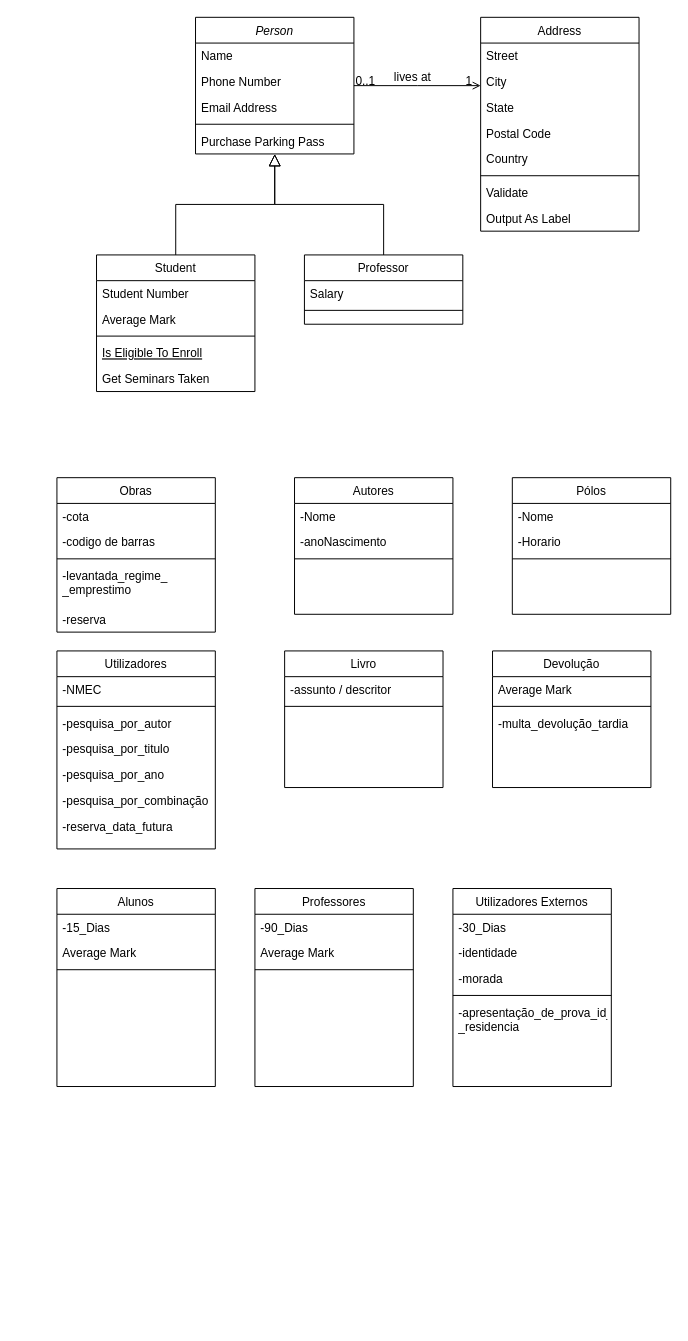
This is page "3.2" (1 of 2) of P/P3/P3.drawio from DavidAraujo98/AS, a draw.io file, before an edit. Source tidied: cells renumbered, new cells numbered last; positions are measured from the earlier drawing's top-left corner, leaving out a move shared by most shapes. Both pictures are drawn from the tidied source at 99%, with x=0, y=0 at pixel (56, 17).
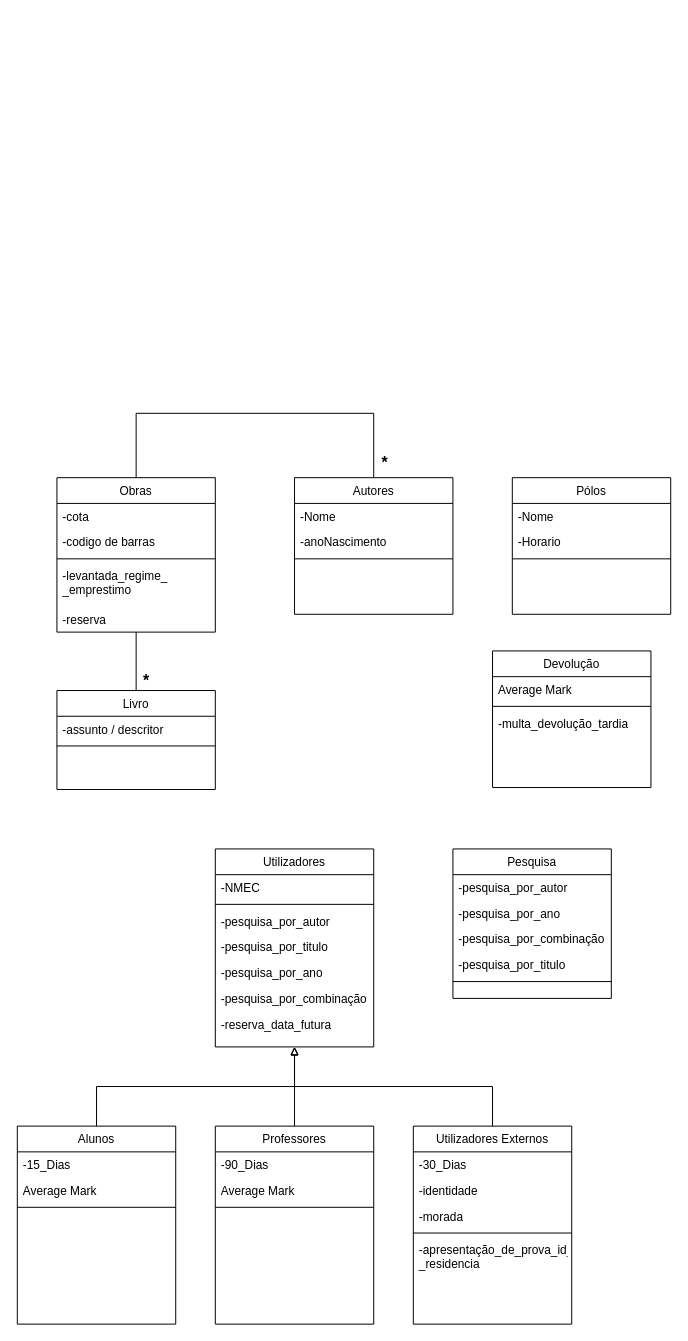
After the change.

Unchanged cells that the change refers to:
```xml
<mxCell id="32" value="Obras" style="swimlane;fontStyle=0;align=center;verticalAlign=top;horizontal=1;startSize=26;rounded=0;shadow=0;strokeWidth=1;" parent="1" vertex="1">
  <mxGeometry y="465" width="160" height="156" as="geometry" />
</mxCell>
<mxCell id="38" value="Autores" style="swimlane;fontStyle=0;align=center;verticalAlign=top;horizontal=1;startSize=26;rounded=0;shadow=0;strokeWidth=1;" parent="1" vertex="1">
  <mxGeometry x="240" y="465" width="160" height="138" as="geometry" />
</mxCell>
```

The edit, as a diff of the source:
```diff
@@
-    <mxCell id="2" value="Person" style="swimlane;fontStyle=2;align=center;verticalAlign=top;horizontal=1;startSize=26;rounded=0;shadow=0;strokeWidth=1;" parent="1" vertex="1">
-      <mxGeometry x="140" width="160" height="138" as="geometry" />
-    </mxCell>
-    <mxCell id="3" value="Name" style="text;align=left;verticalAlign=top;spacingLeft=4;spacingRight=4;overflow=hidden;" parent="2" vertex="1">
-      <mxGeometry y="26" width="160" height="26" as="geometry" />
-    </mxCell>
-    <mxCell id="4" value="Phone Number" style="text;align=left;verticalAlign=top;spacingLeft=4;spacingRight=4;overflow=hidden;rounded=0;shadow=0;html=0;" parent="2" vertex="1">
-      <mxGeometry y="52" width="160" height="26" as="geometry" />
-    </mxCell>
-    <mxCell id="5" value="Email Address" style="text;align=left;verticalAlign=top;spacingLeft=4;spacingRight=4;overflow=hidden;rounded=0;shadow=0;html=0;" parent="2" vertex="1">
-      <mxGeometry y="78" width="160" height="26" as="geometry" />
-    </mxCell>
-    <mxCell id="6" style="line;html=1;strokeWidth=1;align=left;verticalAlign=middle;spacingTop=-1;spacingLeft=3;spacingRight=3;labelPosition=right;" parent="2" vertex="1">
-      <mxGeometry y="104" width="160" height="8" as="geometry" />
-    </mxCell>
-    <mxCell id="7" value="Purchase Parking Pass" style="text;align=left;verticalAlign=top;spacingLeft=4;spacingRight=4;overflow=hidden;" parent="2" vertex="1">
-      <mxGeometry y="112" width="160" height="26" as="geometry" />
-    </mxCell>
-    <mxCell id="8" value="Student" style="swimlane;fontStyle=0;align=center;verticalAlign=top;horizontal=1;startSize=26;rounded=0;shadow=0;strokeWidth=1;" parent="1" vertex="1">
-      <mxGeometry x="40" y="240" width="160" height="138" as="geometry" />
-    </mxCell>
-    <mxCell id="9" value="Student Number" style="text;align=left;verticalAlign=top;spacingLeft=4;spacingRight=4;overflow=hidden;" parent="8" vertex="1">
-      <mxGeometry y="26" width="160" height="26" as="geometry" />
-    </mxCell>
-    <mxCell id="10" value="Average Mark" style="text;align=left;verticalAlign=top;spacingLeft=4;spacingRight=4;overflow=hidden;rounded=0;shadow=0;html=0;" parent="8" vertex="1">
-      <mxGeometry y="52" width="160" height="26" as="geometry" />
-    </mxCell>
-    <mxCell id="11" style="line;html=1;strokeWidth=1;align=left;verticalAlign=middle;spacingTop=-1;spacingLeft=3;spacingRight=3;labelPosition=right;" parent="8" vertex="1">
-      <mxGeometry y="78" width="160" height="8" as="geometry" />
-    </mxCell>
-    <mxCell id="12" value="Is Eligible To Enroll" style="text;align=left;verticalAlign=top;spacingLeft=4;spacingRight=4;overflow=hidden;fontStyle=4;" parent="8" vertex="1">
-      <mxGeometry y="86" width="160" height="26" as="geometry" />
-    </mxCell>
-    <mxCell id="13" value="Get Seminars Taken" style="text;align=left;verticalAlign=top;spacingLeft=4;spacingRight=4;overflow=hidden;" parent="8" vertex="1">
-      <mxGeometry y="112" width="160" height="26" as="geometry" />
-    </mxCell>
-    <mxCell id="14" style="endArrow=block;endSize=10;endFill=0;shadow=0;strokeWidth=1;rounded=0;edgeStyle=elbowEdgeStyle;elbow=vertical;" parent="1" edge="1" source="8" target="2">
-      <mxGeometry relative="1" as="geometry" />
-    </mxCell>
-    <mxCell id="15" value="Professor" style="swimlane;fontStyle=0;align=center;verticalAlign=top;horizontal=1;startSize=26;rounded=0;shadow=0;strokeWidth=1;" parent="1" vertex="1">
-      <mxGeometry x="250" y="240" width="160" height="70" as="geometry" />
-    </mxCell>
-    <mxCell id="16" value="Salary" style="text;align=left;verticalAlign=top;spacingLeft=4;spacingRight=4;overflow=hidden;" parent="15" vertex="1">
-      <mxGeometry y="26" width="160" height="26" as="geometry" />
-    </mxCell>
-    <mxCell id="17" style="line;html=1;strokeWidth=1;align=left;verticalAlign=middle;spacingTop=-1;spacingLeft=3;spacingRight=3;labelPosition=right;" parent="15" vertex="1">
-      <mxGeometry y="52" width="160" height="8" as="geometry" />
-    </mxCell>
-    <mxCell id="18" style="endArrow=block;endSize=10;endFill=0;shadow=0;strokeWidth=1;rounded=0;edgeStyle=elbowEdgeStyle;elbow=vertical;" parent="1" edge="1" source="15" target="2">
-      <mxGeometry relative="1" as="geometry" />
-    </mxCell>
-    <mxCell id="19" value="Address" style="swimlane;fontStyle=0;align=center;verticalAlign=top;horizontal=1;startSize=26;rounded=0;shadow=0;strokeWidth=1;" parent="1" vertex="1">
-      <mxGeometry x="428" width="160" height="216" as="geometry" />
-    </mxCell>
-    <mxCell id="20" value="Street" style="text;align=left;verticalAlign=top;spacingLeft=4;spacingRight=4;overflow=hidden;" parent="19" vertex="1">
-      <mxGeometry y="26" width="160" height="26" as="geometry" />
-    </mxCell>
-    <mxCell id="21" value="City" style="text;align=left;verticalAlign=top;spacingLeft=4;spacingRight=4;overflow=hidden;rounded=0;shadow=0;html=0;" parent="19" vertex="1">
-      <mxGeometry y="52" width="160" height="26" as="geometry" />
-    </mxCell>
-    <mxCell id="22" value="State" style="text;align=left;verticalAlign=top;spacingLeft=4;spacingRight=4;overflow=hidden;rounded=0;shadow=0;html=0;" parent="19" vertex="1">
-      <mxGeometry y="78" width="160" height="26" as="geometry" />
-    </mxCell>
-    <mxCell id="23" value="Postal Code" style="text;align=left;verticalAlign=top;spacingLeft=4;spacingRight=4;overflow=hidden;rounded=0;shadow=0;html=0;" parent="19" vertex="1">
-      <mxGeometry y="104" width="160" height="26" as="geometry" />
-    </mxCell>
-    <mxCell id="24" value="Country" style="text;align=left;verticalAlign=top;spacingLeft=4;spacingRight=4;overflow=hidden;rounded=0;shadow=0;html=0;" parent="19" vertex="1">
-      <mxGeometry y="130" width="160" height="26" as="geometry" />
-    </mxCell>
-    <mxCell id="25" style="line;html=1;strokeWidth=1;align=left;verticalAlign=middle;spacingTop=-1;spacingLeft=3;spacingRight=3;labelPosition=right;" parent="19" vertex="1">
-      <mxGeometry y="156" width="160" height="8" as="geometry" />
-    </mxCell>
-    <mxCell id="26" value="Validate" style="text;align=left;verticalAlign=top;spacingLeft=4;spacingRight=4;overflow=hidden;" parent="19" vertex="1">
-      <mxGeometry y="164" width="160" height="26" as="geometry" />
-    </mxCell>
-    <mxCell id="27" value="Output As Label" style="text;align=left;verticalAlign=top;spacingLeft=4;spacingRight=4;overflow=hidden;" parent="19" vertex="1">
-      <mxGeometry y="190" width="160" height="26" as="geometry" />
-    </mxCell>
-    <mxCell id="28" style="endArrow=open;shadow=0;strokeWidth=1;rounded=0;endFill=1;edgeStyle=elbowEdgeStyle;elbow=vertical;" parent="1" edge="1" source="2" target="19">
-      <mxGeometry x="0.5" y="41" relative="1" as="geometry">
-        <mxPoint x="-40" y="32" as="offset" />
-      </mxGeometry>
-    </mxCell>
-    <mxCell id="29" value="0..1" style="align=left;verticalAlign=bottom;labelBackgroundColor=none;fontSize=12;" parent="28" vertex="1">
-      <mxGeometry x="-1" relative="1" as="geometry">
-        <mxPoint y="4" as="offset" />
-      </mxGeometry>
-    </mxCell>
-    <mxCell id="30" value="1" style="align=right;verticalAlign=bottom;labelBackgroundColor=none;fontSize=12;" parent="28" vertex="1">
-      <mxGeometry x="1" relative="1" as="geometry">
-        <mxPoint x="-7" y="4" as="offset" />
-      </mxGeometry>
-    </mxCell>
-    <mxCell id="31" value="lives at" style="text;html=1;align=center;verticalAlign=middle;labelBackgroundColor=none;rounded=0;shadow=0;strokeWidth=1;fontSize=12;" parent="28" vertex="1">
-      <mxGeometry x="0.5" y="49" relative="1" as="geometry">
-        <mxPoint x="-38" y="40" as="offset" />
-      </mxGeometry>
-    </mxCell>
+    <mxCell id="75" style="edgeStyle=none;rounded=0;jettySize=auto;html=1;exitX=0.5;exitY=0;exitDx=0;exitDy=0;entryX=0.5;entryY=0;entryDx=0;entryDy=0;endArrow=none;endFill=0;" parent="1" edge="1" source="32" target="38">
+      <mxGeometry relative="1" as="geometry">
+        <Array as="points">
+          <mxPoint x="80" y="400" />
+          <mxPoint x="320" y="400" />
+        </Array>
+      </mxGeometry>
+    </mxCell>
@@
     <mxCell id="42" value="Utilizadores" style="swimlane;fontStyle=0;align=center;verticalAlign=top;horizontal=1;startSize=26;rounded=0;shadow=0;strokeWidth=1;" parent="1" vertex="1">
-      <mxGeometry y="640" width="160" height="200" as="geometry" />
+      <mxGeometry x="160" y="840" width="160" height="200" as="geometry" />
     </mxCell>
@@
+    <mxCell id="76" style="edgeStyle=none;rounded=0;jettySize=auto;html=1;exitX=0.5;exitY=0;exitDx=0;exitDy=0;fontSize=16;endArrow=none;endFill=0;" parent="1" edge="1" source="50" target="32">
+      <mxGeometry relative="1" as="geometry" />
+    </mxCell>
     <mxCell id="50" value="Livro" style="swimlane;fontStyle=0;align=center;verticalAlign=top;horizontal=1;startSize=26;rounded=0;shadow=0;strokeWidth=1;" parent="1" vertex="1">
-      <mxGeometry x="230" y="640" width="160" height="138" as="geometry" />
+      <mxGeometry y="680" width="160" height="100" as="geometry" />
     </mxCell>
@@
+    <mxCell id="77" style="rounded=0;jettySize=auto;html=1;exitX=0.5;exitY=0;exitDx=0;exitDy=0;endArrow=block;endFill=0;" parent="1" edge="1" source="53">
+      <mxGeometry relative="1" as="geometry">
+        <mxPoint x="240" y="1040" as="targetPoint" />
+        <Array as="points">
+          <mxPoint x="40" y="1080" />
+          <mxPoint x="240" y="1080" />
+        </Array>
+      </mxGeometry>
+    </mxCell>
     <mxCell id="53" value="Alunos" style="swimlane;fontStyle=0;align=center;verticalAlign=top;horizontal=1;startSize=26;rounded=0;shadow=0;strokeWidth=1;" parent="1" vertex="1">
-      <mxGeometry y="880" width="160" height="200" as="geometry" />
+      <mxGeometry x="-40" y="1120" width="160" height="200" as="geometry" />
     </mxCell>
@@
+    <mxCell id="78" style="edgeStyle=elbowEdgeStyle;rounded=0;jettySize=auto;html=1;exitX=0.5;exitY=0;exitDx=0;exitDy=0;entryX=0.5;entryY=1;entryDx=0;entryDy=0;endArrow=block;endFill=0;" parent="1" edge="1" source="57" target="42">
+      <mxGeometry relative="1" as="geometry" />
+    </mxCell>
     <mxCell id="57" value="Professores" style="swimlane;fontStyle=0;align=center;verticalAlign=top;horizontal=1;startSize=26;rounded=0;shadow=0;strokeWidth=1;" parent="1" vertex="1">
-      <mxGeometry x="200" y="880" width="160" height="200" as="geometry" />
+      <mxGeometry x="160" y="1120" width="160" height="200" as="geometry" />
     </mxCell>
@@
+    <mxCell id="79" style="rounded=0;jettySize=auto;html=1;exitX=0.5;exitY=0;exitDx=0;exitDy=0;endArrow=block;endFill=0;" parent="1" edge="1" source="61">
+      <mxGeometry relative="1" as="geometry">
+        <mxPoint x="240" y="1040" as="targetPoint" />
+        <Array as="points">
+          <mxPoint x="440" y="1080" />
+          <mxPoint x="240" y="1080" />
+        </Array>
+      </mxGeometry>
+    </mxCell>
     <mxCell id="61" value="Utilizadores Externos" style="swimlane;fontStyle=0;align=center;verticalAlign=top;horizontal=1;startSize=26;rounded=0;shadow=0;strokeWidth=1;" parent="1" vertex="1">
-      <mxGeometry x="400" y="880" width="160" height="200" as="geometry" />
+      <mxGeometry x="360" y="1120" width="160" height="200" as="geometry" />
     </mxCell>
@@
+    <mxCell id="80" value="&lt;b&gt;&lt;font style=&quot;font-size: 16px&quot;&gt;*&lt;/font&gt;&lt;/b&gt;" style="text;html=1;align=center;verticalAlign=middle;fillColor=none;strokeColor=none;rounded=0;" parent="1" vertex="1">
+      <mxGeometry x="321" y="440" width="20" height="20" as="geometry" />
+    </mxCell>
+    <mxCell id="81" value="&lt;b&gt;&lt;font style=&quot;font-size: 16px&quot;&gt;*&lt;/font&gt;&lt;/b&gt;" style="text;html=1;align=center;verticalAlign=middle;fillColor=none;strokeColor=none;rounded=0;" parent="1" vertex="1">
+      <mxGeometry x="80" y="660" width="20" height="20" as="geometry" />
+    </mxCell>
+    <mxCell id="82" value="Pesquisa" style="swimlane;fontStyle=0;align=center;verticalAlign=top;horizontal=1;startSize=26;rounded=0;shadow=0;strokeWidth=1;" parent="1" vertex="1">
+      <mxGeometry x="400" y="840" width="160" height="151" as="geometry" />
+    </mxCell>
+    <mxCell id="83" value="-pesquisa_por_autor" style="text;align=left;verticalAlign=top;spacingLeft=4;spacingRight=4;overflow=hidden;" parent="82" vertex="1">
+      <mxGeometry y="26" width="160" height="26" as="geometry" />
+    </mxCell>
+    <mxCell id="84" value="-pesquisa_por_ano" style="text;align=left;verticalAlign=top;spacingLeft=4;spacingRight=4;overflow=hidden;" parent="82" vertex="1">
+      <mxGeometry y="52" width="160" height="26" as="geometry" />
+    </mxCell>
+    <mxCell id="85" value="-pesquisa_por_combinação" style="text;align=left;verticalAlign=top;spacingLeft=4;spacingRight=4;overflow=hidden;" parent="82" vertex="1">
+      <mxGeometry y="78" width="160" height="26" as="geometry" />
+    </mxCell>
+    <mxCell id="86" value="-pesquisa_por_titulo" style="text;align=left;verticalAlign=top;spacingLeft=4;spacingRight=4;overflow=hidden;" parent="82" vertex="1">
+      <mxGeometry y="104" width="160" height="26" as="geometry" />
+    </mxCell>
+    <mxCell id="87" style="line;html=1;strokeWidth=1;align=left;verticalAlign=middle;spacingTop=-1;spacingLeft=3;spacingRight=3;labelPosition=right;" parent="82" vertex="1">
+      <mxGeometry y="130" width="160" height="8" as="geometry" />
+    </mxCell>
```
